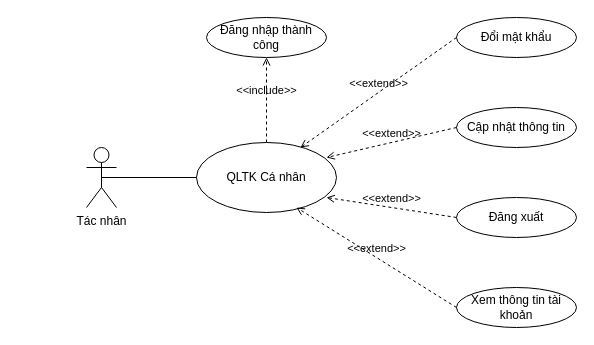
Before: UC/UC_QUANLYTAIKHOANCANHAN.drawio in hieuNV0871/da, a draw.io diagram. Source tidied: cells renumbered, new cells numbered last; positions are measured from the earlier drawing's top-left corner, leaving out a move shared by most shapes. Both pictures are drawn from the tidied source at 100%, with x=0, y=0 at pixel (86, 17).
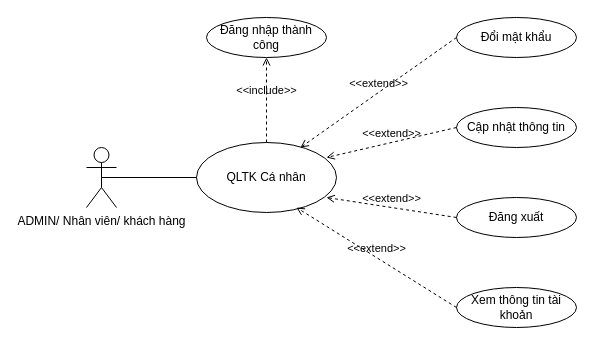
The same page after the edit.

The edit, as a diff of the source:
```diff
@@
 <mxGraphModel>
   <root>
     <mxCell id="0" />
     <mxCell id="1" parent="0" />
     <mxCell id="2" value="QLTK Cá nhân" style="ellipse;whiteSpace=wrap;html=1;" parent="1" vertex="1">
       <mxGeometry x="110" y="125" width="140" height="70" as="geometry" />
     </mxCell>
-    <mxCell id="3" value="Tác nhân" style="shape=umlActor;verticalLabelPosition=bottom;verticalAlign=top;html=1;" parent="1" vertex="1">
+    <mxCell id="3" value="ADMIN/ Nhân viên/ khách hàng" style="shape=umlActor;verticalLabelPosition=bottom;verticalAlign=top;html=1;" parent="1" vertex="1">
       <mxGeometry y="130" width="30" height="60" as="geometry" />
     </mxCell>
     <mxCell id="4" value="&amp;lt;&amp;lt;include&amp;gt;&amp;gt;" style="html=1;verticalAlign=bottom;labelBackgroundColor=none;endArrow=open;endFill=0;dashed=1;rounded=0;exitX=0.5;exitY=0;exitDx=0;exitDy=0;" parent="1" edge="1" source="2" target="5">
       <mxGeometry relative="1" as="geometry" />
     </mxCell>
     <mxCell id="5" value="Đăng nhập thành công" style="ellipse;whiteSpace=wrap;html=1;" parent="1" vertex="1">
       <mxGeometry x="120" width="120" height="40" as="geometry" />
     </mxCell>
     <mxCell id="6" style="endArrow=none;html=1;rounded=0;exitX=0.5;exitY=0.5;exitDx=0;exitDy=0;exitPerimeter=0;entryX=0;entryY=0.5;entryDx=0;entryDy=0;" parent="1" edge="1" source="3" target="2">
       <mxGeometry relative="1" as="geometry" />
     </mxCell>
     <mxCell id="7" value="Đổi mật khẩu" style="ellipse;whiteSpace=wrap;html=1;" parent="1" vertex="1">
       <mxGeometry x="370" width="120" height="40" as="geometry" />
     </mxCell>
     <mxCell id="8" value="&amp;lt;&amp;lt;extend&amp;gt;&amp;gt;" style="html=1;verticalAlign=bottom;labelBackgroundColor=none;endArrow=open;endFill=0;dashed=1;rounded=0;exitX=0;exitY=0.5;exitDx=0;exitDy=0;entryX=0.743;entryY=0.071;entryDx=0;entryDy=0;entryPerimeter=0;" parent="1" edge="1" source="7" target="2">
       <mxGeometry relative="1" as="geometry" />
     </mxCell>
     <mxCell id="9" value="Cập nhật thông tin" style="ellipse;whiteSpace=wrap;html=1;" parent="1" vertex="1">
       <mxGeometry x="370" y="90" width="120" height="40" as="geometry" />
     </mxCell>
     <mxCell id="10" value="Đăng xuất" style="ellipse;whiteSpace=wrap;html=1;" parent="1" vertex="1">
       <mxGeometry x="370" y="180" width="120" height="40" as="geometry" />
     </mxCell>
     <mxCell id="11" value="&amp;lt;&amp;lt;extend&amp;gt;&amp;gt;" style="html=1;verticalAlign=bottom;labelBackgroundColor=none;endArrow=open;endFill=0;dashed=1;rounded=0;exitX=0;exitY=0.5;exitDx=0;exitDy=0;" parent="1" edge="1" source="9">
       <mxGeometry relative="1" as="geometry">
         <mxPoint x="240" y="140" as="targetPoint" />
       </mxGeometry>
     </mxCell>
     <mxCell id="12" value="&amp;lt;&amp;lt;extend&amp;gt;&amp;gt;" style="html=1;verticalAlign=bottom;labelBackgroundColor=none;endArrow=open;endFill=0;dashed=1;rounded=0;exitX=0;exitY=0.5;exitDx=0;exitDy=0;" parent="1" edge="1" source="10">
       <mxGeometry relative="1" as="geometry">
         <mxPoint x="240" y="180" as="targetPoint" />
       </mxGeometry>
     </mxCell>
     <mxCell id="13" value="Xem thông tin tài khoản" style="ellipse;whiteSpace=wrap;html=1;" parent="1" vertex="1">
       <mxGeometry x="370" y="270" width="120" height="40" as="geometry" />
     </mxCell>
     <mxCell id="14" value="&amp;lt;&amp;lt;extend&amp;gt;&amp;gt;" style="html=1;verticalAlign=bottom;labelBackgroundColor=none;endArrow=open;endFill=0;dashed=1;rounded=0;exitX=0;exitY=0.5;exitDx=0;exitDy=0;entryX=0.714;entryY=0.929;entryDx=0;entryDy=0;exitPerimeter=0;entryPerimeter=0;" parent="1" edge="1" source="13" target="2">
       <mxGeometry relative="1" as="geometry" />
     </mxCell>
   </root>
 </mxGraphModel>
```
